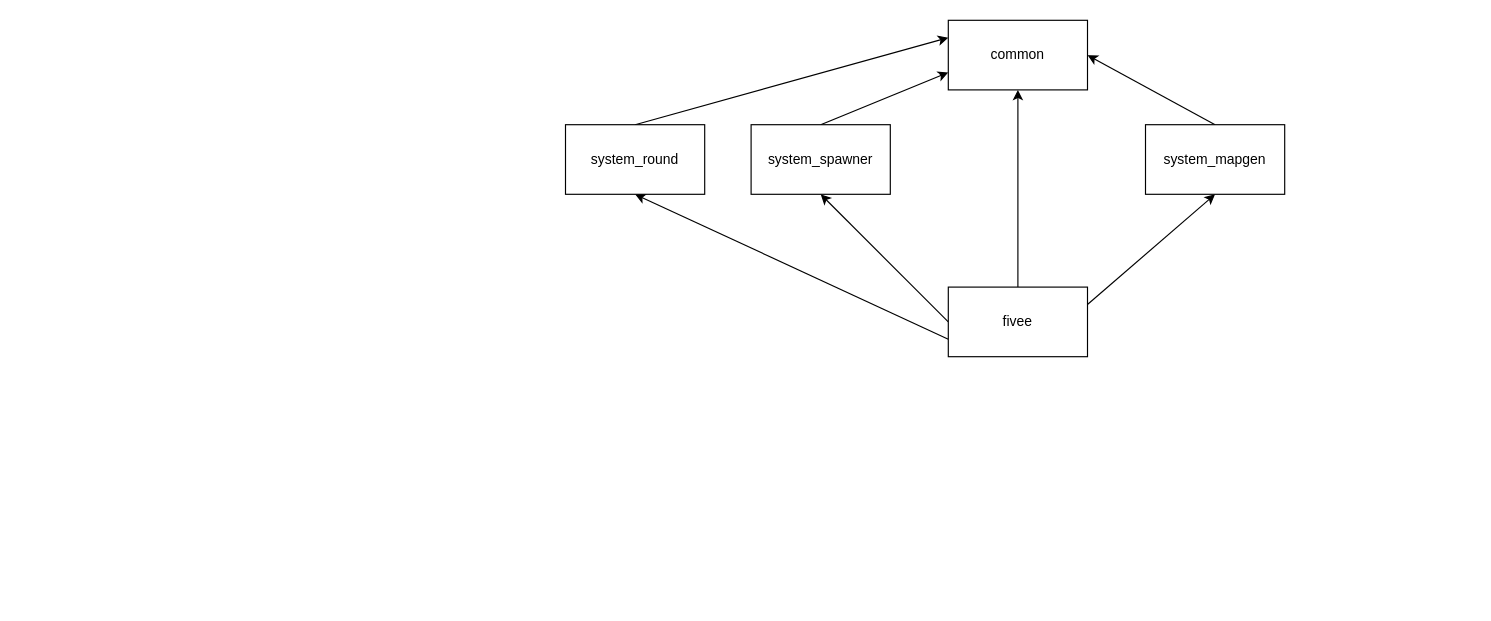
horup/fivee keeps this draw.io diagram as .drawio. Above is the earlier version. Source tidied: cells renumbered, new cells numbered last; positions are measured from the earlier drawing's top-left corner, leaving out a move shared by most shapes. Both pictures are drawn from the tidied source at 116%, with x=0, y=0 at pixel (565, 20).
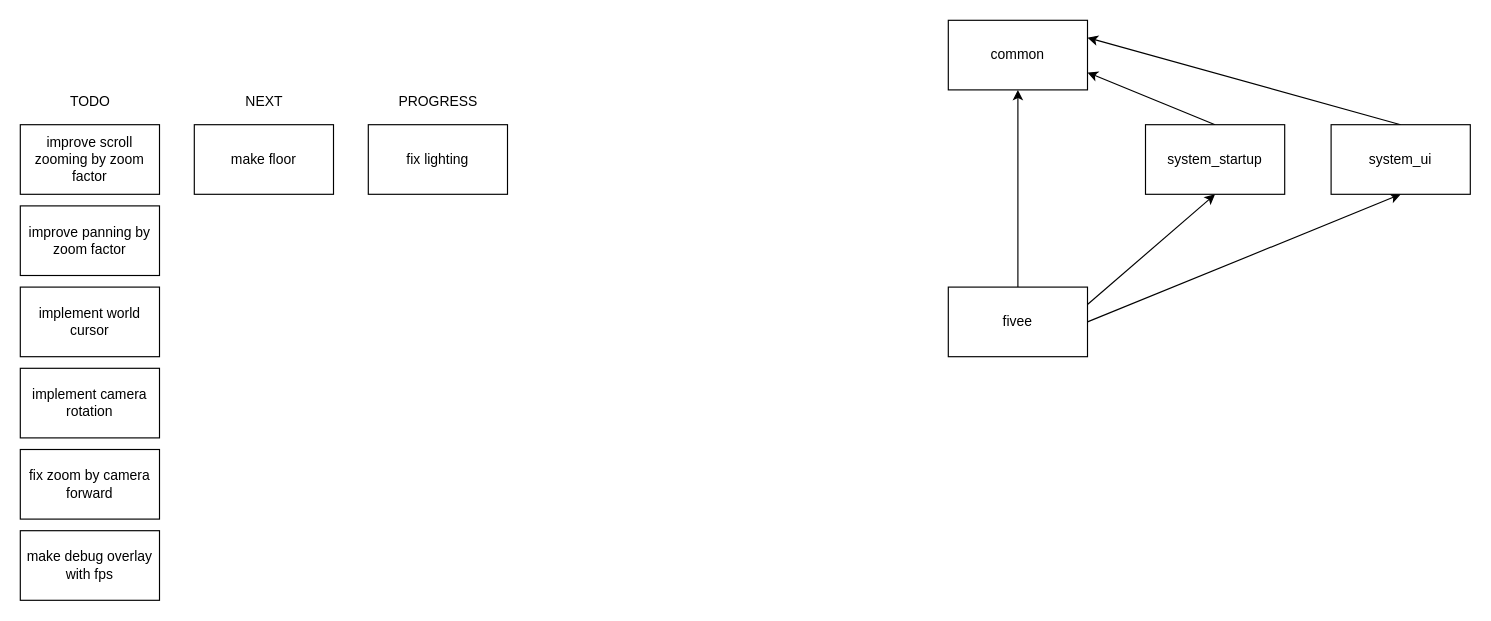
The same diagram, later.

Unchanged cells that the change refers to:
```xml
<mxCell id="6" value="fivee" style="rounded=0;whiteSpace=wrap;html=1;" parent="1" vertex="1">
  <mxGeometry x="330" y="230" width="120" height="60" as="geometry" />
</mxCell>
<mxCell id="7" value="common" style="rounded=0;whiteSpace=wrap;html=1;" parent="1" vertex="1">
  <mxGeometry x="330" width="120" height="60" as="geometry" />
</mxCell>
```

What changed in the source:
```diff
@@
-    <mxCell id="4" style="edgeStyle=none;html=1;exitX=0;exitY=0.5;exitDx=0;exitDy=0;entryX=0.5;entryY=1;entryDx=0;entryDy=0;" parent="1" edge="1" source="6" target="11">
-      <mxGeometry relative="1" as="geometry" />
-    </mxCell>
-    <mxCell id="5" style="edgeStyle=none;html=1;exitX=0;exitY=0.75;exitDx=0;exitDy=0;entryX=0.5;entryY=1;entryDx=0;entryDy=0;" parent="1" edge="1" source="6" target="13">
-      <mxGeometry relative="1" as="geometry" />
-    </mxCell>
+    <mxCell id="14" style="edgeStyle=none;html=1;exitX=1;exitY=0.5;exitDx=0;exitDy=0;entryX=0.5;entryY=1;entryDx=0;entryDy=0;" parent="1" edge="1" source="6" target="20">
+      <mxGeometry relative="1" as="geometry" />
+    </mxCell>
@@
-    <mxCell id="8" style="edgeStyle=none;html=1;exitX=0.5;exitY=0;exitDx=0;exitDy=0;entryX=1;entryY=0.5;entryDx=0;entryDy=0;" parent="1" edge="1" source="9" target="7">
+    <mxCell id="8" style="edgeStyle=none;html=1;exitX=0.5;exitY=0;exitDx=0;exitDy=0;entryX=1;entryY=0.75;entryDx=0;entryDy=0;" parent="1" edge="1" source="9" target="7">
       <mxGeometry relative="1" as="geometry" />
     </mxCell>
-    <mxCell id="9" value="system_mapgen" style="rounded=0;whiteSpace=wrap;html=1;" parent="1" vertex="1">
+    <mxCell id="9" value="system_startup" style="rounded=0;whiteSpace=wrap;html=1;" parent="1" vertex="1">
       <mxGeometry x="500" y="90" width="120" height="60" as="geometry" />
     </mxCell>
-    <mxCell id="10" style="edgeStyle=none;html=1;exitX=0.5;exitY=0;exitDx=0;exitDy=0;entryX=0;entryY=0.75;entryDx=0;entryDy=0;" parent="1" edge="1" source="11" target="7">
-      <mxGeometry relative="1" as="geometry" />
-    </mxCell>
-    <mxCell id="11" value="system_spawner" style="rounded=0;whiteSpace=wrap;html=1;" parent="1" vertex="1">
-      <mxGeometry x="160" y="90" width="120" height="60" as="geometry" />
-    </mxCell>
-    <mxCell id="12" style="edgeStyle=none;html=1;exitX=0.5;exitY=0;exitDx=0;exitDy=0;entryX=0;entryY=0.25;entryDx=0;entryDy=0;" parent="1" edge="1" source="13" target="7">
-      <mxGeometry relative="1" as="geometry" />
-    </mxCell>
-    <mxCell id="13" value="system_round" style="rounded=0;whiteSpace=wrap;html=1;" parent="1" vertex="1">
-      <mxGeometry y="90" width="120" height="60" as="geometry" />
-    </mxCell>
+    <mxCell id="15" value="improve scroll zooming by zoom factor" style="rounded=0;whiteSpace=wrap;html=1;" parent="1" vertex="1">
+      <mxGeometry x="-470" y="90" width="120" height="60" as="geometry" />
+    </mxCell>
+    <mxCell id="16" value="TODO" style="text;html=1;align=center;verticalAlign=middle;strokeColor=none;fillColor=none;" parent="1" vertex="1">
+      <mxGeometry x="-440" y="55" width="60" height="30" as="geometry" />
+    </mxCell>
+    <mxCell id="17" value="NEXT" style="text;html=1;align=center;verticalAlign=middle;strokeColor=none;fillColor=none;" parent="1" vertex="1">
+      <mxGeometry x="-290" y="55" width="60" height="30" as="geometry" />
+    </mxCell>
+    <mxCell id="18" value="PROGRESS" style="text;html=1;align=center;verticalAlign=middle;strokeColor=none;fillColor=none;" parent="1" vertex="1">
+      <mxGeometry x="-155" y="55" width="90" height="30" as="geometry" />
+    </mxCell>
+    <mxCell id="19" style="edgeStyle=none;html=1;exitX=0.5;exitY=0;exitDx=0;exitDy=0;entryX=1;entryY=0.25;entryDx=0;entryDy=0;" parent="1" edge="1" source="20" target="7">
+      <mxGeometry relative="1" as="geometry" />
+    </mxCell>
+    <mxCell id="20" value="system_ui" style="rounded=0;whiteSpace=wrap;html=1;" parent="1" vertex="1">
+      <mxGeometry x="660" y="90" width="120" height="60" as="geometry" />
+    </mxCell>
+    <mxCell id="21" value="improve panning by zoom factor" style="rounded=0;whiteSpace=wrap;html=1;" parent="1" vertex="1">
+      <mxGeometry x="-470" y="160" width="120" height="60" as="geometry" />
+    </mxCell>
+    <mxCell id="22" value="implement world cursor" style="rounded=0;whiteSpace=wrap;html=1;" parent="1" vertex="1">
+      <mxGeometry x="-470" y="230" width="120" height="60" as="geometry" />
+    </mxCell>
+    <mxCell id="23" value="fix lighting" style="rounded=0;whiteSpace=wrap;html=1;" parent="1" vertex="1">
+      <mxGeometry x="-170" y="90" width="120" height="60" as="geometry" />
+    </mxCell>
+    <mxCell id="24" value="make floor" style="rounded=0;whiteSpace=wrap;html=1;" parent="1" vertex="1">
+      <mxGeometry x="-320" y="90" width="120" height="60" as="geometry" />
+    </mxCell>
+    <mxCell id="25" value="implement camera rotation" style="rounded=0;whiteSpace=wrap;html=1;" parent="1" vertex="1">
+      <mxGeometry x="-470" y="300" width="120" height="60" as="geometry" />
+    </mxCell>
+    <mxCell id="26" value="fix zoom by camera forward" style="rounded=0;whiteSpace=wrap;html=1;" parent="1" vertex="1">
+      <mxGeometry x="-470" y="370" width="120" height="60" as="geometry" />
+    </mxCell>
+    <mxCell id="27" value="make debug overlay with fps" style="rounded=0;whiteSpace=wrap;html=1;" parent="1" vertex="1">
+      <mxGeometry x="-470" y="440" width="120" height="60" as="geometry" />
+    </mxCell>
```
